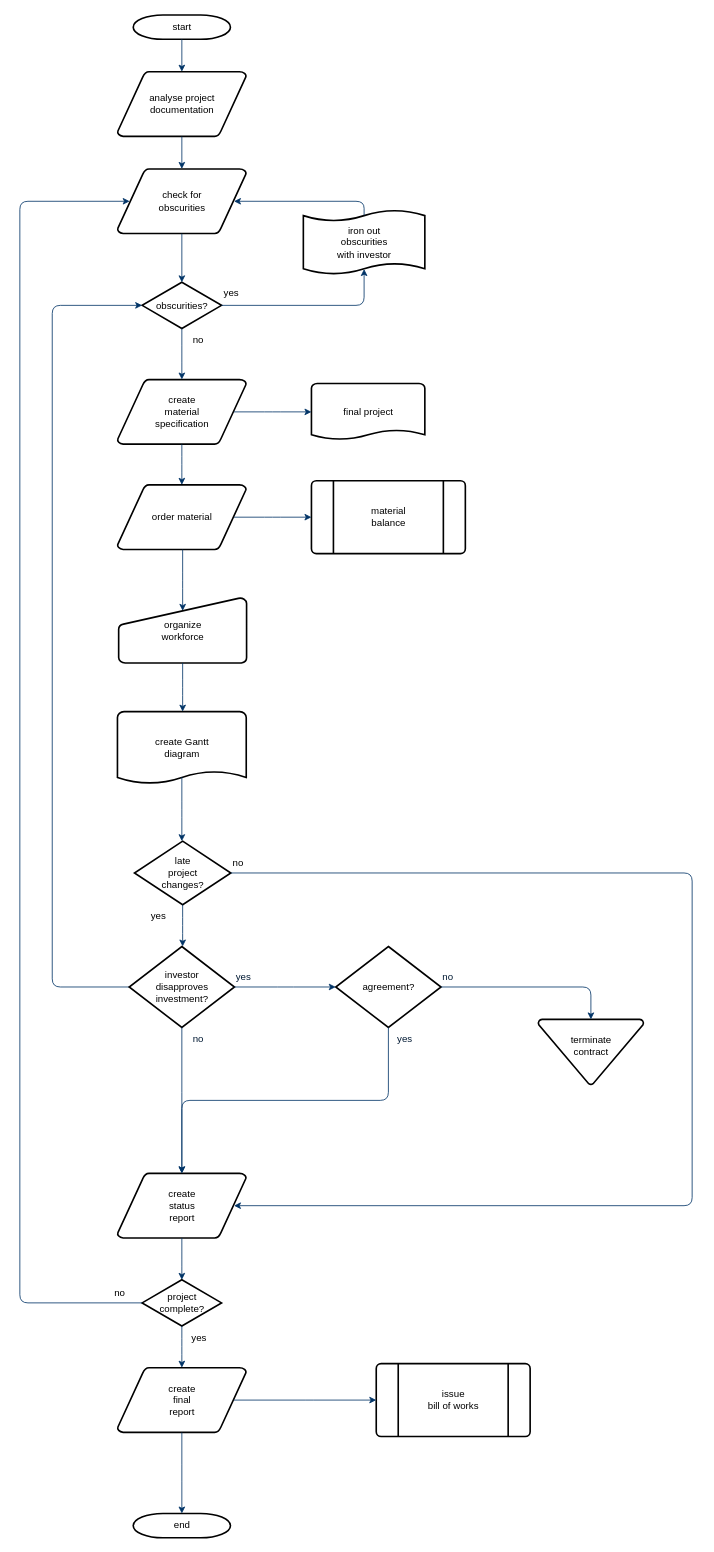
The draw.io diagram flow.drawio in leeywin/work, before the edit. Source tidied: cells renumbered, new cells numbered last; positions are measured from the earlier drawing's top-left corner, leaving out a move shared by most shapes. Both pictures are drawn from the tidied source at 81%, with x=0, y=0 at pixel (19, 15).
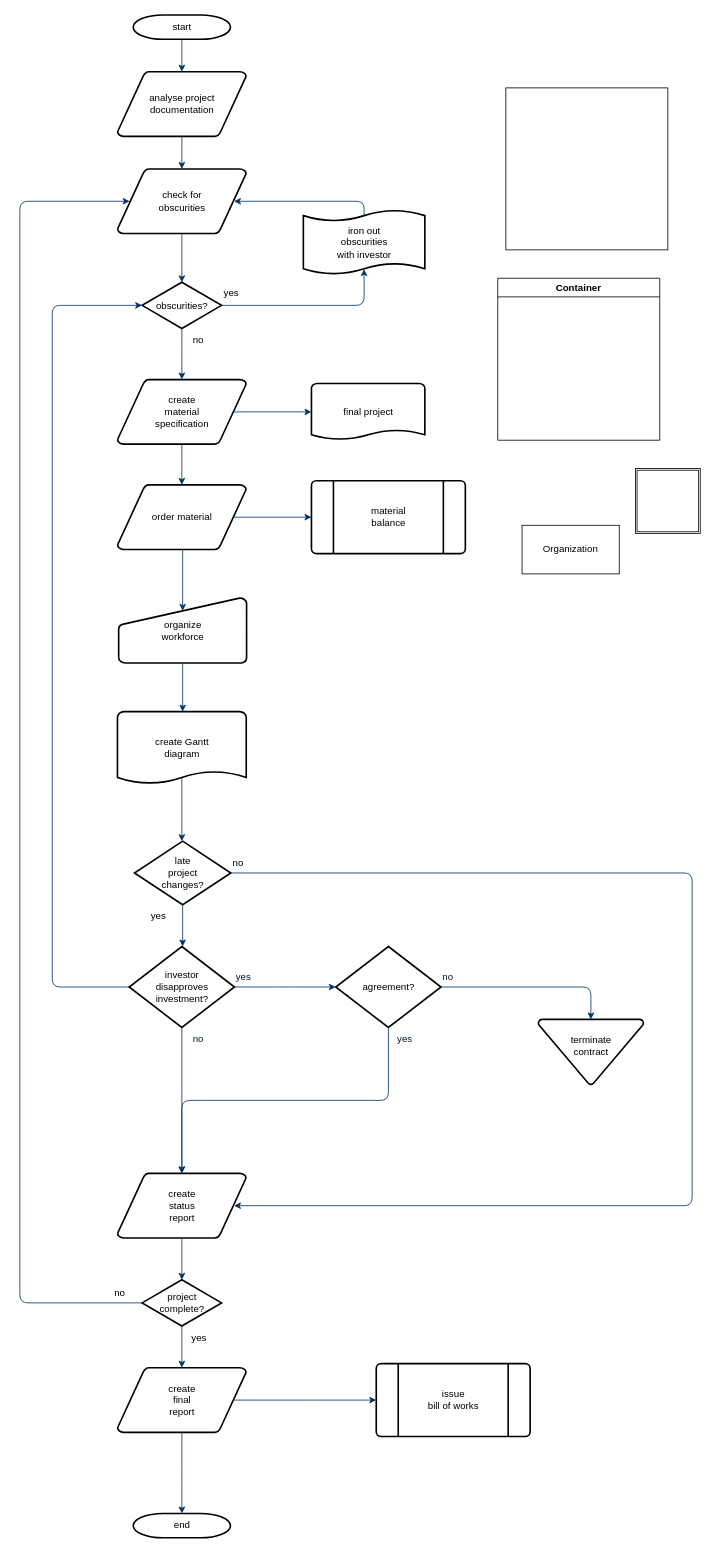
The same page after the edit.

Change to the diagram source:
```diff
@@
+    <mxCell id="56" value="Container" style="swimlane;startSize=23;" parent="1" vertex="1">
+      <mxGeometry x="590" y="325" width="200" height="200" as="geometry" />
+    </mxCell>
+    <mxCell id="57" value="Organization" style="whiteSpace=wrap;html=1;align=center;newEdgeStyle={&quot;edgeStyle&quot;:&quot;elbowEdgeStyle&quot;,&quot;startArrow&quot;:&quot;none&quot;,&quot;endArrow&quot;:&quot;none&quot;};" parent="1" vertex="1">
+      <mxGeometry x="620" y="630" width="120" height="60" as="geometry" />
+    </mxCell>
+    <mxCell id="58" style="shape=ext;double=1;whiteSpace=wrap;html=1;" parent="1" vertex="1">
+      <mxGeometry x="760" y="560" width="80" height="80" as="geometry" />
+    </mxCell>
+    <mxCell id="59" style="rounded=0;whiteSpace=wrap;html=1;" parent="1" vertex="1">
+      <mxGeometry x="600" y="90" width="200" height="200" as="geometry" />
+    </mxCell>
```
